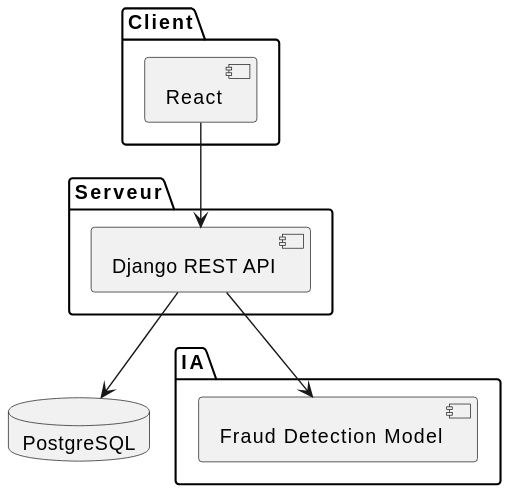
Above: docs/conception/uml/component_diagram.svg in dlouisesophie-debug/plateforme-fraude-bancaire (PlantUML), before the change.
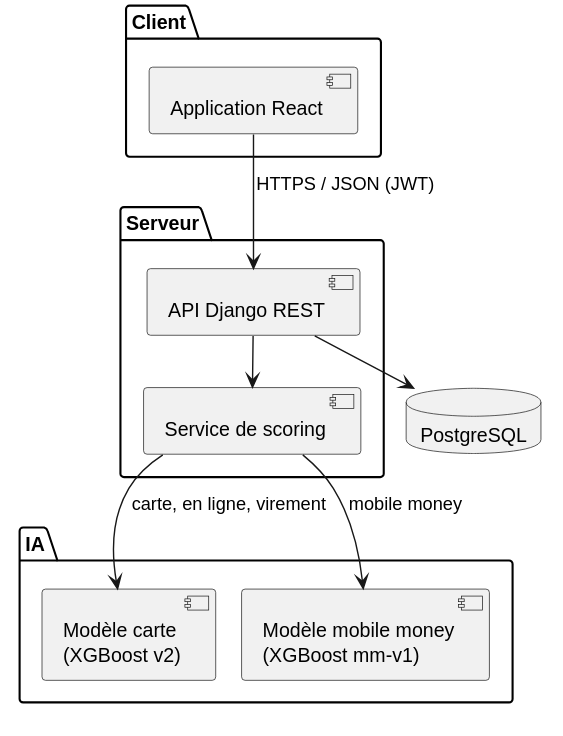
Above is the later version.

The edit, as a diff of the source:
```diff
@@ -1,27 +1,24 @@
 @startuml
-package Client {
-
-[React]
-
+!pragma layout smetana
+package "Client" {
+  [Application React] as React
 }
 
-package Serveur {
-
-[Django REST API]
-
+package "Serveur" {
+  [API Django REST] as API
+  [Service de scoring] as Scoring
 }
 
-package IA {
-
-[Fraud Detection Model]
-
+package "IA" {
+  [Modèle carte\n(XGBoost v2)] as MC
+  [Modèle mobile money\n(XGBoost mm-v1)] as MM
 }
 
 database PostgreSQL
 
-[React] --> [Django REST API]
-
-[Django REST API] --> PostgreSQL
-
-[Django REST API] --> [Fraud Detection Model]
+React --> API : HTTPS / JSON (JWT)
+API --> PostgreSQL
+API --> Scoring
+Scoring --> MC : carte, en ligne, virement
+Scoring --> MM : mobile money
 @enduml
```
